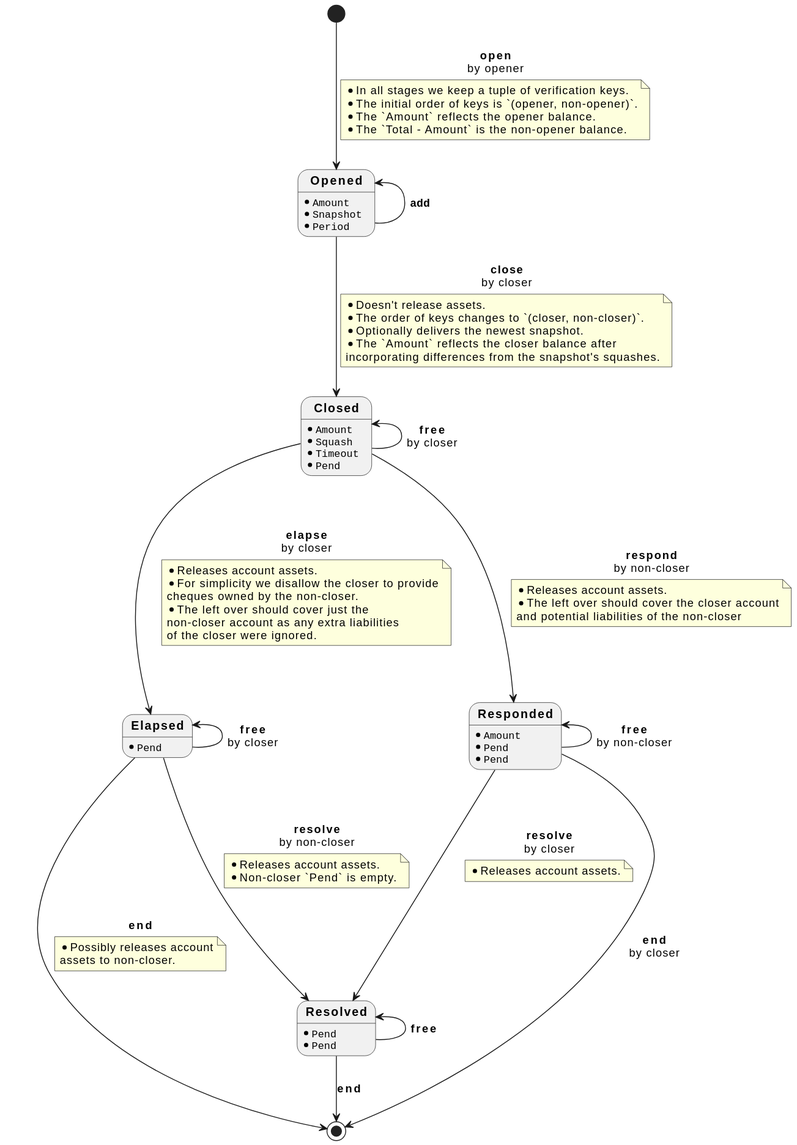
The PlantUML diagram docs/design/l1-spec/stages.svg in cardano-lightning/cardano-lightning, before a commit.
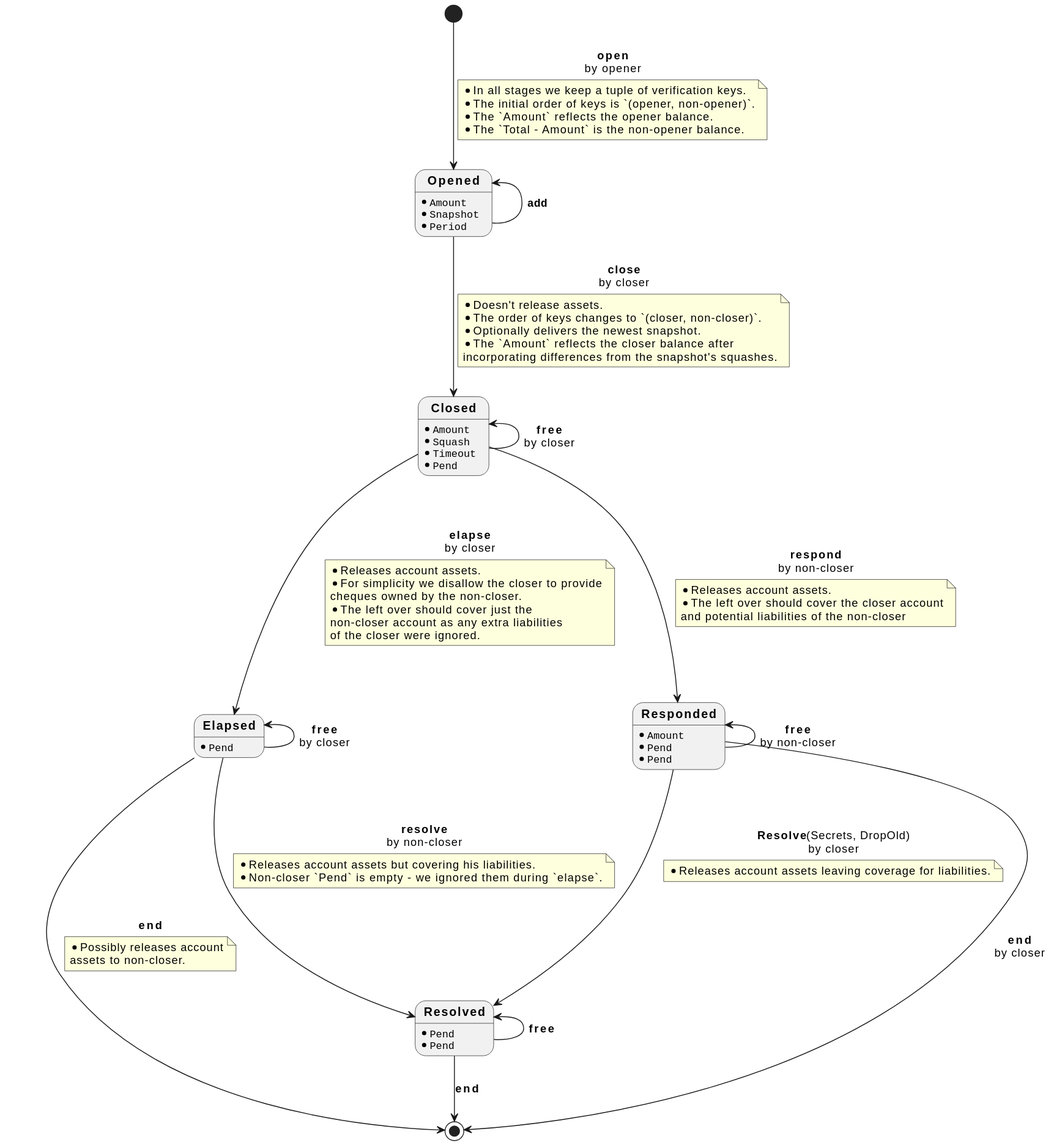
After the change.

Change to the diagram source:
```diff
@@ -57,17 +57,17 @@
 end note
 
 Responded --u-> Responded : <b>free</b>\nby non-closer
-Responded --d-> Resolved : <b>resolve</b>\nby closer
+Responded --d-> Resolved : <b>Resolve</b>(Secrets, DropOld)\nby closer
 note on link
-  * Releases account assets.
+  * Releases account assets leaving coverage for liabilities.
 end note
 Responded --> [*] : <b>end</b>\nby closer
 
 Elapsed --u-> Elapsed : <b>free</b>\nby closer
 Elapsed --d-> Resolved : <b>resolve</b>\nby non-closer
 note on link
-  * Releases account assets.
-  * Non-closer `Pend` is empty.
+  * Releases account assets but covering his liabilities.
+  * Non-closer `Pend` is empty - we ignored them during `elapse`.
 end note
 Elapsed --d-> [*] : <b>end</b>
 note on link
```
